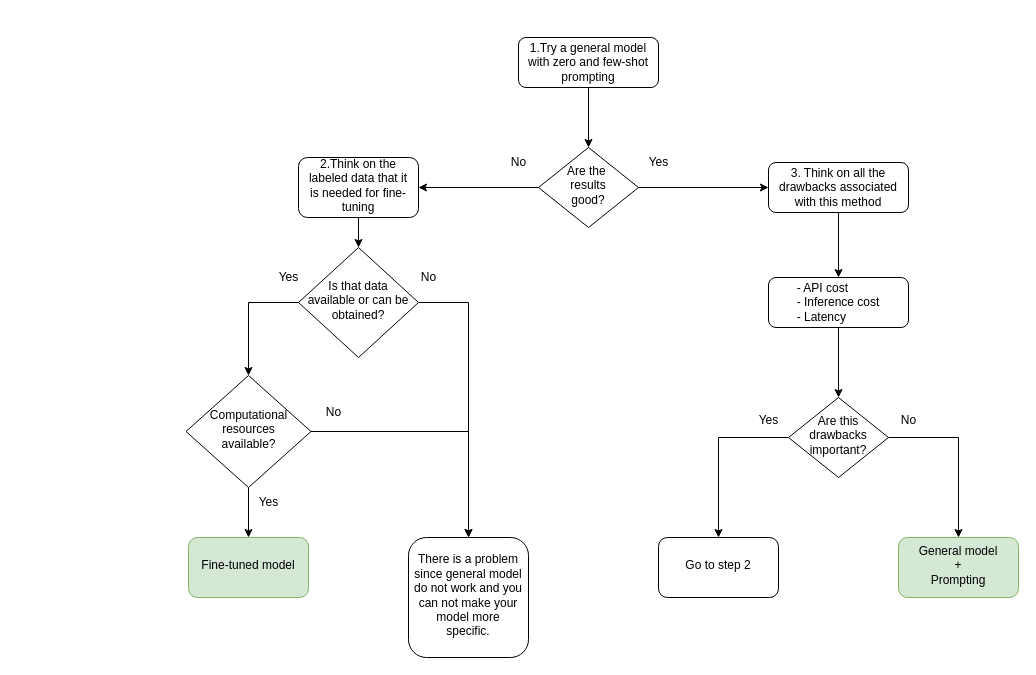
Above: diagrams/fine_tuning.drawio in lamalab-org/matextract-book (draw.io), before the change. Source tidied: cells renumbered, new cells numbered last; positions are measured from the earlier drawing's top-left corner, leaving out a move shared by most shapes. Both pictures are drawn from the tidied source at 100%, with x=0, y=0 at pixel (186, 37).
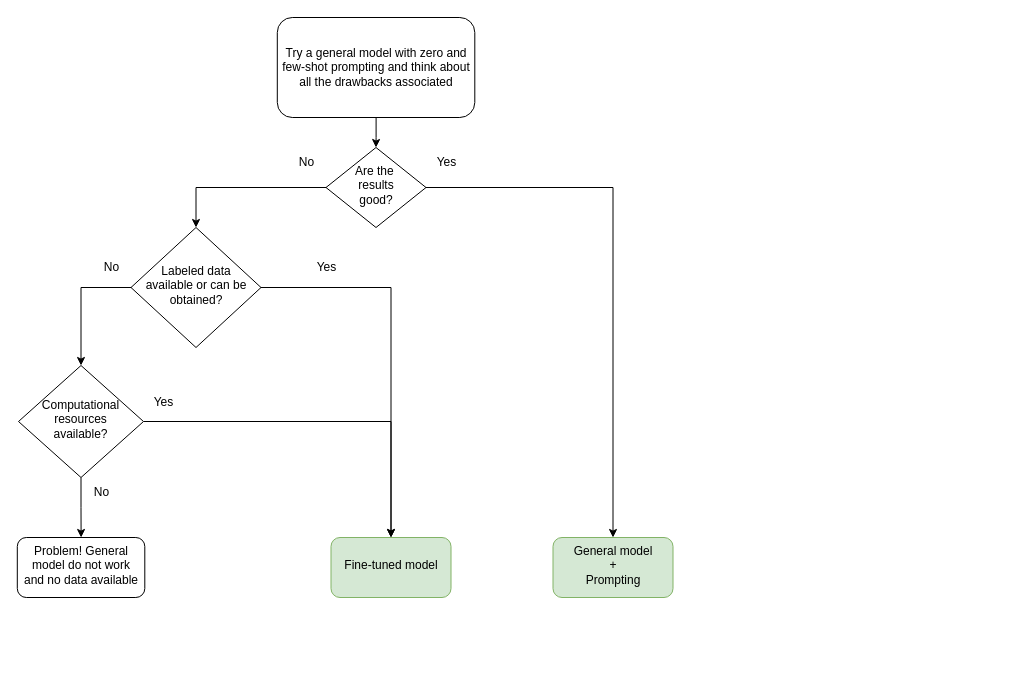
Above is the later version.

Commit message:
Updated finetuning diagram

The edit, as a diff of the source:
```diff
@@
-    <mxCell id="3" value="1.Try a general model with zero and few-shot prompting" style="rounded=1;whiteSpace=wrap;html=1;fontSize=12;glass=0;strokeWidth=1;shadow=0;" parent="1" vertex="1">
-      <mxGeometry x="332" width="140" height="50" as="geometry" />
+    <mxCell id="3" value="Try a general model with zero and few-shot prompting and think about all the drawbacks associated" style="rounded=1;whiteSpace=wrap;html=1;fontSize=12;glass=0;strokeWidth=1;shadow=0;" parent="1" vertex="1">
+      <mxGeometry x="90.8" y="-20" width="197.5" height="100" as="geometry" />
     </mxCell>
-    <mxCell id="4" style="edgeStyle=orthogonalEdgeStyle;rounded=0;jettySize=auto;html=1;exitX=1;exitY=0.5;exitDx=0;exitDy=0;entryX=0;entryY=0.5;entryDx=0;entryDy=0;" parent="1" edge="1" source="6" target="8">
+    <mxCell id="4" style="edgeStyle=orthogonalEdgeStyle;rounded=0;jettySize=auto;html=1;exitX=1;exitY=0.5;exitDx=0;exitDy=0;entryX=0.5;entryY=0;entryDx=0;entryDy=0;" parent="1" edge="1" source="6" target="15">
       <mxGeometry relative="1" as="geometry" />
     </mxCell>
-    <mxCell id="5" style="edgeStyle=orthogonalEdgeStyle;rounded=0;jettySize=auto;html=1;" parent="1" edge="1" source="6" target="20">
+    <mxCell id="5" style="edgeStyle=orthogonalEdgeStyle;rounded=0;jettySize=auto;html=1;entryX=0.5;entryY=0;entryDx=0;entryDy=0;" parent="1" edge="1" source="6" target="23">
       <mxGeometry relative="1" as="geometry" />
     </mxCell>
     <mxCell id="6" value="Are the&amp;nbsp;&lt;div&gt;results&lt;div&gt;good?&lt;/div&gt;&lt;/div&gt;" style="rhombus;whiteSpace=wrap;html=1;shadow=0;fontFamily=Helvetica;fontSize=12;align=center;strokeWidth=1;spacing=6;spacingTop=-4;" parent="1" vertex="1">
-      <mxGeometry x="352" y="110" width="100" height="80" as="geometry" />
+      <mxGeometry x="139.5" y="110" width="100" height="80" as="geometry" />
     </mxCell>
-    <mxCell id="7" style="edgeStyle=orthogonalEdgeStyle;rounded=0;jettySize=auto;html=1;" parent="1" edge="1" source="8" target="10">
-      <mxGeometry relative="1" as="geometry" />
-    </mxCell>
-    <mxCell id="8" value="3. Think on all the drawbacks associated with this method" style="rounded=1;whiteSpace=wrap;html=1;fontSize=12;glass=0;strokeWidth=1;shadow=0;" parent="1" vertex="1">
-      <mxGeometry x="582" y="125" width="140" height="50" as="geometry" />
-    </mxCell>
-    <mxCell id="9" style="edgeStyle=orthogonalEdgeStyle;rounded=0;jettySize=auto;html=1;" parent="1" edge="1" source="10" target="13">
-      <mxGeometry relative="1" as="geometry" />
-    </mxCell>
-    <mxCell id="10" value="&lt;div style=&quot;text-align: left;&quot;&gt;&lt;span style=&quot;background-color: initial;&quot;&gt;- API cost&lt;/span&gt;&lt;/div&gt;&lt;div style=&quot;text-align: left;&quot;&gt;- Inference cost&lt;/div&gt;&lt;div style=&quot;text-align: left;&quot;&gt;- Latency&lt;/div&gt;" style="rounded=1;whiteSpace=wrap;html=1;fontSize=12;glass=0;strokeWidth=1;shadow=0;" parent="1" vertex="1">
-      <mxGeometry x="582" y="240" width="140" height="50" as="geometry" />
-    </mxCell>
-    <mxCell id="11" style="edgeStyle=orthogonalEdgeStyle;rounded=0;jettySize=auto;html=1;" parent="1" edge="1" source="13" target="14">
-      <mxGeometry relative="1" as="geometry" />
-    </mxCell>
-    <mxCell id="12" style="edgeStyle=orthogonalEdgeStyle;rounded=0;jettySize=auto;html=1;" parent="1" edge="1" source="13" target="15">
-      <mxGeometry relative="1" as="geometry" />
-    </mxCell>
-    <mxCell id="13" value="Are this drawbacks important?" style="rhombus;whiteSpace=wrap;html=1;shadow=0;fontFamily=Helvetica;fontSize=12;align=center;strokeWidth=1;spacing=6;spacingTop=-4;" parent="1" vertex="1">
-      <mxGeometry x="602" y="360" width="100" height="80" as="geometry" />
-    </mxCell>
-    <mxCell id="14" value="Go to step 2" style="rounded=1;whiteSpace=wrap;html=1;shadow=0;strokeWidth=1;spacing=6;spacingTop=-4;" parent="1" vertex="1">
-      <mxGeometry x="472" y="500" width="120" height="60" as="geometry" />
-    </mxCell>
     <mxCell id="15" value="General model&lt;div&gt;+&lt;/div&gt;&lt;div&gt;Prompting&lt;/div&gt;" style="rounded=1;whiteSpace=wrap;html=1;shadow=0;strokeWidth=1;spacing=6;spacingTop=-4;fillColor=#d5e8d4;strokeColor=#82b366;" parent="1" vertex="1">
-      <mxGeometry x="712" y="500" width="120" height="60" as="geometry" />
+      <mxGeometry x="366.5" y="500" width="120" height="60" as="geometry" />
     </mxCell>
     <mxCell id="16" value="Yes" style="text;html=1;align=center;verticalAlign=middle;strokeColor=none;fillColor=none;" parent="1" vertex="1">
-      <mxGeometry x="452" y="110" width="40" height="30" as="geometry" />
+      <mxGeometry x="239.5" y="110" width="40" height="30" as="geometry" />
     </mxCell>
-    <mxCell id="17" value="Yes" style="text;html=1;align=center;verticalAlign=middle;strokeColor=none;fillColor=none;" parent="1" vertex="1">
-      <mxGeometry x="562" y="368" width="40" height="30" as="geometry" />
-    </mxCell>
-    <mxCell id="18" value="No" style="text;html=1;align=center;verticalAlign=middle;strokeColor=none;fillColor=none;" parent="1" vertex="1">
-      <mxGeometry x="702" y="368" width="40" height="30" as="geometry" />
-    </mxCell>
-    <mxCell id="19" style="edgeStyle=orthogonalEdgeStyle;rounded=0;jettySize=auto;html=1;" parent="1" edge="1" source="20" target="23">
-      <mxGeometry relative="1" as="geometry" />
-    </mxCell>
-    <mxCell id="20" value="2.Think on the labeled data that it is needed for fine-tuning" style="rounded=1;whiteSpace=wrap;html=1;shadow=0;strokeWidth=1;spacing=6;spacingTop=-4;" parent="1" vertex="1">
-      <mxGeometry x="112" y="120" width="120" height="60" as="geometry" />
-    </mxCell>
-    <mxCell id="21" style="edgeStyle=orthogonalEdgeStyle;rounded=0;jettySize=auto;html=1;exitX=1;exitY=0.5;exitDx=0;exitDy=0;" parent="1" edge="1" source="23" target="24">
-      <mxGeometry relative="1" as="geometry" />
-    </mxCell>
@@
+    <mxCell id="34" style="edgeStyle=orthogonalEdgeStyle;rounded=0;jettySize=auto;html=1;entryX=0.5;entryY=0;entryDx=0;entryDy=0;" parent="1" edge="1" source="23" target="32">
+      <mxGeometry relative="1" as="geometry" />
+    </mxCell>
-    <mxCell id="23" value="Is that data available or can be obtained?" style="rhombus;whiteSpace=wrap;html=1;shadow=0;fontFamily=Helvetica;fontSize=12;align=center;strokeWidth=1;spacing=6;spacingTop=-4;" parent="1" vertex="1">
-      <mxGeometry x="112" y="210" width="120" height="110" as="geometry" />
+    <mxCell id="23" value="&lt;div&gt;Labeled data available or can be obtained?&lt;/div&gt;" style="rhombus;whiteSpace=wrap;html=1;shadow=0;fontFamily=Helvetica;fontSize=12;align=center;strokeWidth=1;spacing=6;spacingTop=-4;" parent="1" vertex="1">
+      <mxGeometry x="-55.5" y="190" width="130" height="120" as="geometry" />
     </mxCell>
-    <mxCell id="24" value="There is a problem since general model do not work and you can not make your model more specific." style="rounded=1;whiteSpace=wrap;html=1;shadow=0;strokeWidth=1;spacing=6;spacingTop=-4;" parent="1" vertex="1">
-      <mxGeometry x="222" y="500" width="120" height="120" as="geometry" />
-    </mxCell>
-    <mxCell id="25" style="edgeStyle=orthogonalEdgeStyle;rounded=0;jettySize=auto;html=1;entryX=0.5;entryY=0;entryDx=0;entryDy=0;" parent="1" edge="1" source="27" target="24">
-      <mxGeometry relative="1" as="geometry" />
-    </mxCell>
-    <mxCell id="26" style="edgeStyle=orthogonalEdgeStyle;rounded=0;jettySize=auto;html=1;" parent="1" edge="1" source="27" target="32">
+    <mxCell id="26" style="edgeStyle=orthogonalEdgeStyle;rounded=0;jettySize=auto;html=1;" parent="1" edge="1" source="27" target="36">
       <mxGeometry relative="1" as="geometry" />
     </mxCell>
+    <mxCell id="35" style="edgeStyle=orthogonalEdgeStyle;rounded=0;jettySize=auto;html=1;entryX=0.5;entryY=0;entryDx=0;entryDy=0;" parent="1" edge="1" source="27" target="32">
+      <mxGeometry relative="1" as="geometry" />
+    </mxCell>
     <mxCell id="27" value="Computational resources&lt;div&gt;available?&lt;/div&gt;" style="rhombus;whiteSpace=wrap;html=1;shadow=0;strokeWidth=1;spacing=6;spacingTop=-4;" parent="1" vertex="1">
-      <mxGeometry x="-0.5" y="338" width="125" height="112" as="geometry" />
+      <mxGeometry x="-168" y="328" width="125" height="112" as="geometry" />
     </mxCell>
     <mxCell id="28" value="No" style="text;html=1;align=center;verticalAlign=middle;strokeColor=none;fillColor=none;" parent="1" vertex="1">
-      <mxGeometry x="312" y="110" width="40" height="30" as="geometry" />
+      <mxGeometry x="99.5" y="110" width="40" height="30" as="geometry" />
     </mxCell>
     <mxCell id="29" value="No" style="text;html=1;align=center;verticalAlign=middle;strokeColor=none;fillColor=none;" parent="1" vertex="1">
-      <mxGeometry x="222" y="225" width="40" height="30" as="geometry" />
+      <mxGeometry x="-95.5" y="215" width="40" height="30" as="geometry" />
     </mxCell>
     <mxCell id="30" value="Yes" style="text;html=1;align=center;verticalAlign=middle;strokeColor=none;fillColor=none;" parent="1" vertex="1">
-      <mxGeometry x="82" y="225" width="40" height="30" as="geometry" />
+      <mxGeometry x="119.5" y="215" width="40" height="30" as="geometry" />
     </mxCell>
     <mxCell id="31" value="No" style="text;html=1;align=center;verticalAlign=middle;strokeColor=none;fillColor=none;" parent="1" vertex="1">
-      <mxGeometry x="127" y="360" width="40" height="30" as="geometry" />
+      <mxGeometry x="-105.5" y="440" width="40" height="30" as="geometry" />
     </mxCell>
+    <mxCell id="33" value="Yes" style="text;html=1;align=center;verticalAlign=middle;strokeColor=none;fillColor=none;" parent="1" vertex="1">
+      <mxGeometry x="-43" y="350" width="40" height="30" as="geometry" />
+    </mxCell>
     <mxCell id="32" value="Fine-tuned model" style="rounded=1;whiteSpace=wrap;html=1;shadow=0;strokeWidth=1;spacing=6;spacingTop=-4;fillColor=#d5e8d4;strokeColor=#82b366;" parent="1" vertex="1">
-      <mxGeometry x="2" y="500" width="120" height="60" as="geometry" />
+      <mxGeometry x="144.5" y="500" width="120" height="60" as="geometry" />
     </mxCell>
-    <mxCell id="33" value="Yes" style="text;html=1;align=center;verticalAlign=middle;strokeColor=none;fillColor=none;" parent="1" vertex="1">
-      <mxGeometry x="62" y="450" width="40" height="30" as="geometry" />
-    </mxCell>
+    <mxCell id="36" value="Problem! General model do not work and no data available" style="rounded=1;whiteSpace=wrap;html=1;shadow=0;strokeWidth=1;spacing=6;spacingTop=-4;" parent="1" vertex="1">
+      <mxGeometry x="-169.2" y="500" width="127.5" height="60" as="geometry" />
+    </mxCell>
```
